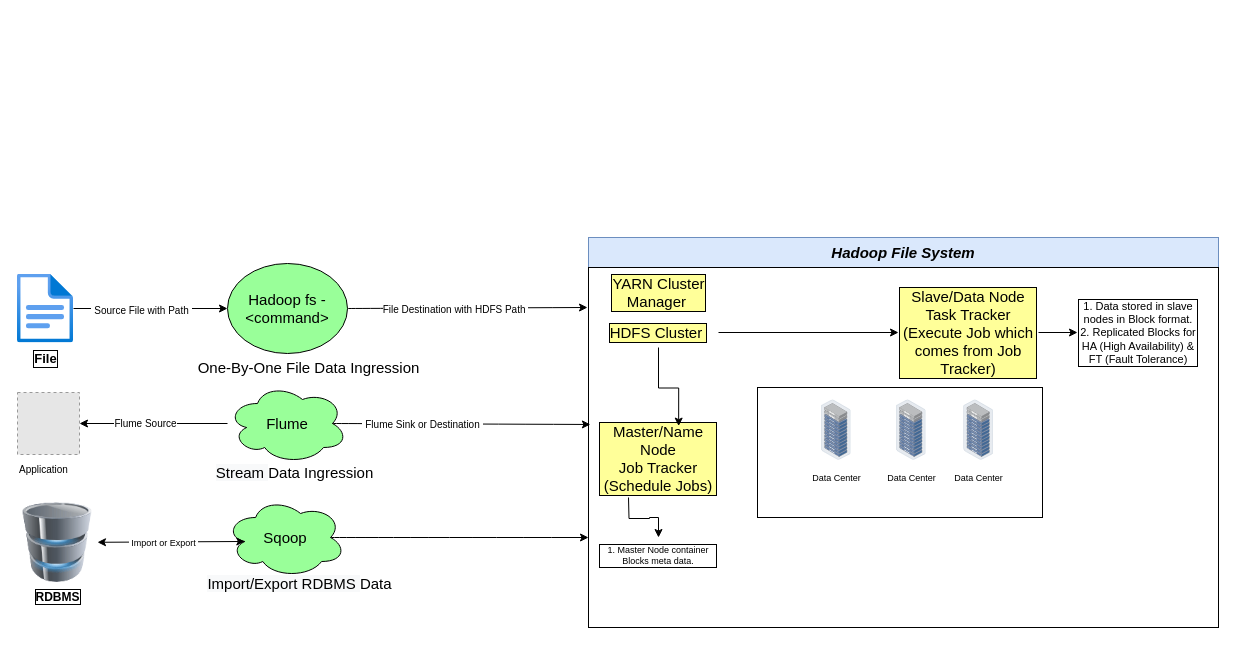
Above: DigdataLearning.drawio in rishant/bigdata-learning (draw.io), before the change. Source tidied: cells renumbered, new cells numbered last; positions are measured from the earlier drawing's top-left corner, leaving out a move shared by most shapes. Both pictures are drawn from the tidied source at 100%, with x=0, y=0 at pixel (17, 237). Pictures stored in the file or linked from it are replaced by grey dashed boxes.
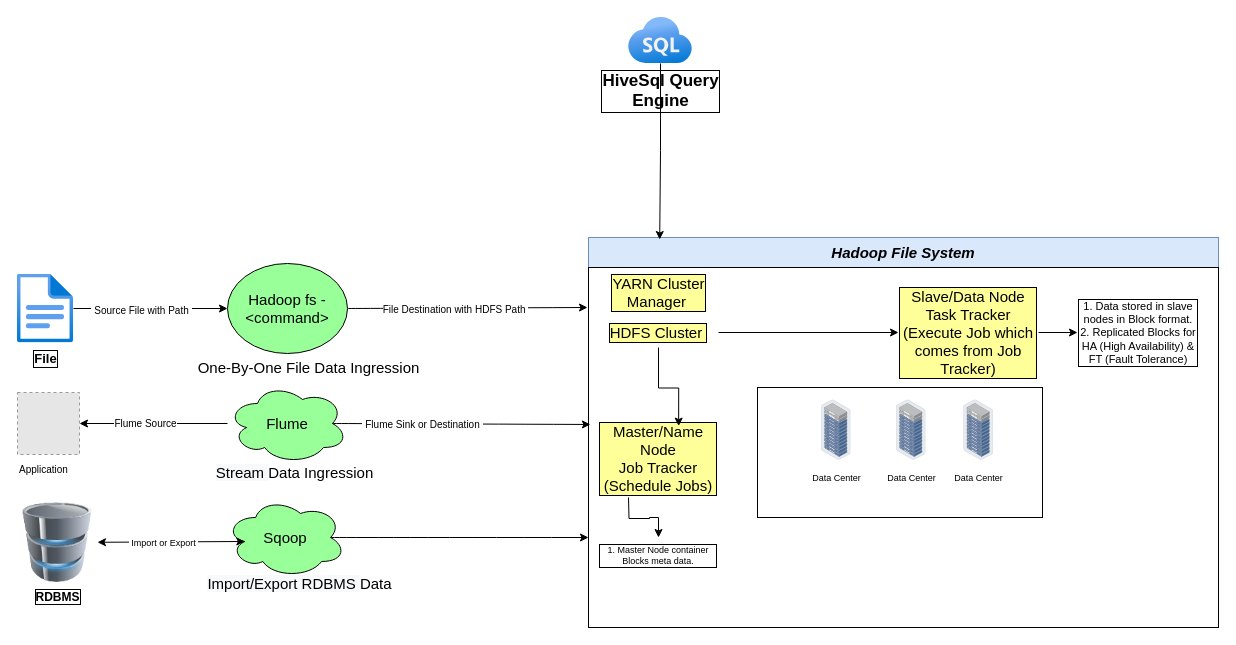
The same diagram, later.

Unchanged cells that the change refers to:
```xml
<mxCell id="3" value="&lt;span style=&quot;font-style: italic; font-weight: 700;&quot;&gt;Hadoop File System&lt;/span&gt;" style="rounded=0;whiteSpace=wrap;html=1;labelBackgroundColor=none;labelBorderColor=none;fontSize=15;fillColor=#dae8fc;strokeColor=#6c8ebf;fontColor=#000000;" parent="2" vertex="1">
  <mxGeometry width="630" height="30" as="geometry" />
</mxCell>
```

Diff of the diagram source:
```diff
@@
+    <mxCell id="40" style="edgeStyle=orthogonalEdgeStyle;rounded=0;jettySize=auto;html=1;entryX=0.113;entryY=0.067;entryDx=0;entryDy=0;entryPerimeter=0;fontSize=17;fontColor=#000000;" parent="1" edge="1" source="41" target="3">
+      <mxGeometry relative="1" as="geometry" />
+    </mxCell>
+    <mxCell id="41" value="&lt;font size=&quot;1&quot; style=&quot;&quot;&gt;&lt;b style=&quot;font-size: 17px;&quot;&gt;HiveSql Query&lt;br&gt;Engine&lt;br&gt;&lt;/b&gt;&lt;/font&gt;" style="html=1;points=[];align=center;image;fontSize=12;image=img/lib/azure2/databases/Azure_SQL.svg;labelBackgroundColor=none;labelBorderColor=default;fontColor=#000000;fillColor=#99FF99;gradientColor=none;" parent="1" vertex="1">
+      <mxGeometry x="611" y="-220" width="64" height="46" as="geometry" />
+    </mxCell>
```
